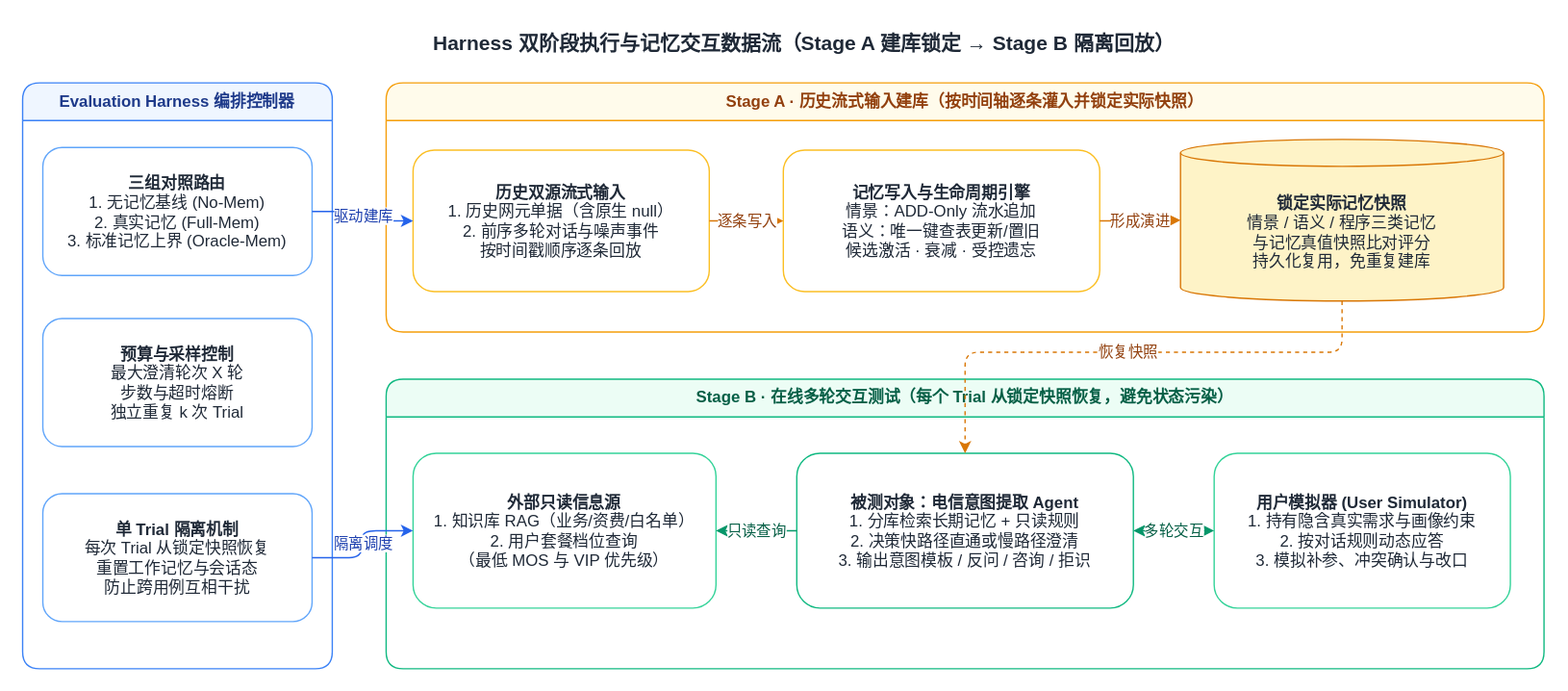
The draw.io diagram slides/excalidraw_notes/drawio/eval_harness_stage_a_b.drawio.svg in wangbanjin1/sharing, before a commit. Source tidied: cells renumbered, new cells last; positions are measured from the earlier drawing's top-left corner, leaving out a move shared by most shapes. The source it was exported from:
```xml
<mxGraphModel>
  <root>
    <mxCell id="0" />
    <mxCell id="1" parent="0" />
    <mxCell id="2" value="&lt;b&gt;Harness 双阶段执行与记忆交互数据流（Stage A 建库锁定 → Stage B 隔离回放）&lt;/b&gt;" style="text;html=1;align=center;verticalAlign=middle;fontSize=15;fontColor=#1F2937;" parent="1" vertex="1">
      <mxGeometry x="190" width="780" height="30" as="geometry" />
    </mxCell>
    <mxCell id="3" value="&lt;b&gt;Evaluation Harness 编排控制器&lt;/b&gt;" style="swimlane;startSize=28;rounded=1;fillColor=#EFF6FF;strokeColor=#3B82F6;fontColor=#1E3A8A;html=1;whiteSpace=wrap;" parent="1" vertex="1">
      <mxGeometry y="45" width="230" height="435" as="geometry" />
    </mxCell>
    <mxCell id="4" value="&lt;b&gt;三组对照路由&lt;/b&gt;&lt;br&gt;1. 无记忆基线 (No-Mem)&lt;br&gt;2. 真实记忆 (Full-Mem)&lt;br&gt;3. 标准记忆上界 (Oracle-Mem)" style="rounded=1;whiteSpace=wrap;html=1;fillColor=#FFFFFF;strokeColor=#60A5FA;fontColor=#1F2937;" parent="3" vertex="1">
      <mxGeometry x="15" y="48" width="200" height="95" as="geometry" />
    </mxCell>
    <mxCell id="5" value="&lt;b&gt;预算与采样控制&lt;/b&gt;&lt;br&gt;最大澄清轮次 X 轮&lt;br&gt;步数与超时熔断&lt;br&gt;独立重复 k 次 Trial" style="rounded=1;whiteSpace=wrap;html=1;fillColor=#FFFFFF;strokeColor=#60A5FA;fontColor=#1F2937;" parent="3" vertex="1">
      <mxGeometry x="15" y="175" width="200" height="95" as="geometry" />
    </mxCell>
    <mxCell id="6" value="&lt;b&gt;单 Trial 隔离机制&lt;/b&gt;&lt;br&gt;每次 Trial 从锁定快照恢复&lt;br&gt;重置工作记忆与会话态&lt;br&gt;防止跨用例互相干扰" style="rounded=1;whiteSpace=wrap;html=1;fillColor=#FFFFFF;strokeColor=#60A5FA;fontColor=#1F2937;" parent="3" vertex="1">
      <mxGeometry x="15" y="305" width="200" height="95" as="geometry" />
    </mxCell>
    <mxCell id="7" value="&lt;b&gt;Stage A · 历史流式输入建库（按时间轴逐条灌入并锁定实际快照）&lt;/b&gt;" style="swimlane;startSize=28;rounded=1;fillColor=#FFFBEB;strokeColor=#F59E0B;fontColor=#92400E;html=1;whiteSpace=wrap;" parent="1" vertex="1">
      <mxGeometry x="270" y="45" width="860" height="185" as="geometry" />
    </mxCell>
    <mxCell id="8" value="&lt;b&gt;历史双源流式输入&lt;/b&gt;&lt;br&gt;1. 历史网元单据（含原生 null）&lt;br&gt;2. 前序多轮对话与噪声事件&lt;br&gt;按时间戳顺序逐条回放" style="rounded=1;whiteSpace=wrap;html=1;fillColor=#FFFFFF;strokeColor=#FBBF24;fontColor=#1F2937;" parent="7" vertex="1">
      <mxGeometry x="20" y="50" width="220" height="105" as="geometry" />
    </mxCell>
    <mxCell id="9" value="&lt;b&gt;记忆写入与生命周期引擎&lt;/b&gt;&lt;br&gt;情景：ADD-Only 流水追加&lt;br&gt;语义：唯一键查表更新/置旧&lt;br&gt;候选激活 · 衰减 · 受控遗忘" style="rounded=1;whiteSpace=wrap;html=1;fillColor=#FFFFFF;strokeColor=#FBBF24;fontColor=#1F2937;" parent="7" vertex="1">
      <mxGeometry x="295" y="50" width="235" height="105" as="geometry" />
    </mxCell>
    <mxCell id="10" value="&lt;b&gt;锁定实际记忆快照&lt;/b&gt;&lt;br&gt;情景 / 语义 / 程序三类记忆&lt;br&gt;与记忆真值快照比对评分&lt;br&gt;持久化复用，免重复建库" style="shape=cylinder3;whiteSpace=wrap;html=1;boundedLbl=1;backgroundOutline=1;size=10;fillColor=#FEF3C7;strokeColor=#D97706;fontColor=#1F2937;" parent="7" vertex="1">
      <mxGeometry x="590" y="42" width="240" height="120" as="geometry" />
    </mxCell>
    <mxCell id="11" value="逐条写入" style="edgeStyle=orthogonalEdgeStyle;rounded=1;html=1;strokeColor=#D97706;fontColor=#92400E;" parent="7" edge="1" source="8" target="9">
      <mxGeometry relative="1" as="geometry" />
    </mxCell>
    <mxCell id="12" value="形成演进" style="edgeStyle=orthogonalEdgeStyle;rounded=1;html=1;strokeColor=#D97706;fontColor=#92400E;" parent="7" edge="1" source="9" target="10">
      <mxGeometry relative="1" as="geometry" />
    </mxCell>
    <mxCell id="13" value="&lt;b&gt;Stage B · 在线多轮交互测试（每个 Trial 从锁定快照恢复，避免状态污染）&lt;/b&gt;" style="swimlane;startSize=28;rounded=1;fillColor=#ECFDF5;strokeColor=#10B981;fontColor=#065F46;html=1;whiteSpace=wrap;" parent="1" vertex="1">
      <mxGeometry x="270" y="265" width="860" height="215" as="geometry" />
    </mxCell>
    <mxCell id="14" value="&lt;b&gt;外部只读信息源&lt;/b&gt;&lt;br&gt;1. 知识库 RAG（业务/资费/白名单）&lt;br&gt;2. 用户套餐档位查询&lt;br&gt;（最低 MOS 与 VIP 优先级）" style="rounded=1;whiteSpace=wrap;html=1;fillColor=#FFFFFF;strokeColor=#34D399;fontColor=#1F2937;" parent="13" vertex="1">
      <mxGeometry x="20" y="55" width="225" height="115" as="geometry" />
    </mxCell>
    <mxCell id="15" value="&lt;b&gt;被测对象：电信意图提取 Agent&lt;/b&gt;&lt;br&gt;1. 分库检索长期记忆 + 只读规则&lt;br&gt;2. 决策快路径直通或慢路径澄清&lt;br&gt;3. 输出意图模板 / 反问 / 咨询 / 拒识" style="rounded=1;whiteSpace=wrap;html=1;fillColor=#FFFFFF;strokeColor=#10B981;fontColor=#1F2937;" parent="13" vertex="1">
      <mxGeometry x="305" y="55" width="250" height="115" as="geometry" />
    </mxCell>
    <mxCell id="16" value="&lt;b&gt;用户模拟器 (User Simulator)&lt;/b&gt;&lt;br&gt;1. 持有隐含真实需求与画像约束&lt;br&gt;2. 按对话规则动态应答&lt;br&gt;3. 模拟补参、冲突确认与改口" style="rounded=1;whiteSpace=wrap;html=1;fillColor=#FFFFFF;strokeColor=#34D399;fontColor=#1F2937;" parent="13" vertex="1">
      <mxGeometry x="615" y="55" width="220" height="115" as="geometry" />
    </mxCell>
    <mxCell id="17" value="只读查询" style="edgeStyle=orthogonalEdgeStyle;rounded=1;html=1;strokeColor=#059669;fontColor=#065F46;" parent="13" edge="1" source="15" target="14">
      <mxGeometry relative="1" as="geometry" />
    </mxCell>
    <mxCell id="18" value="多轮交互" style="edgeStyle=orthogonalEdgeStyle;rounded=1;html=1;strokeColor=#059669;fontColor=#065F46;startArrow=classic;endArrow=classic;" parent="13" edge="1" source="15" target="16">
      <mxGeometry relative="1" as="geometry" />
    </mxCell>
    <mxCell id="19" value="驱动建库" style="edgeStyle=orthogonalEdgeStyle;rounded=1;html=1;strokeColor=#2563EB;fontColor=#1E40AF;" parent="1" edge="1" source="4" target="8">
      <mxGeometry relative="1" as="geometry" />
    </mxCell>
    <mxCell id="20" value="恢复快照" style="edgeStyle=orthogonalEdgeStyle;rounded=1;html=1;dashed=1;strokeColor=#D97706;fontColor=#92400E;" parent="1" edge="1" source="10" target="15">
      <mxGeometry relative="1" as="geometry">
        <Array as="points">
          <mxPoint x="980" y="245" />
          <mxPoint x="700" y="245" />
        </Array>
      </mxGeometry>
    </mxCell>
    <mxCell id="21" value="隔离调度" style="edgeStyle=orthogonalEdgeStyle;rounded=1;html=1;strokeColor=#2563EB;fontColor=#1E40AF;" parent="1" edge="1" source="6" target="14">
      <mxGeometry relative="1" as="geometry" />
    </mxCell>
  </root>
</mxGraphModel>
```
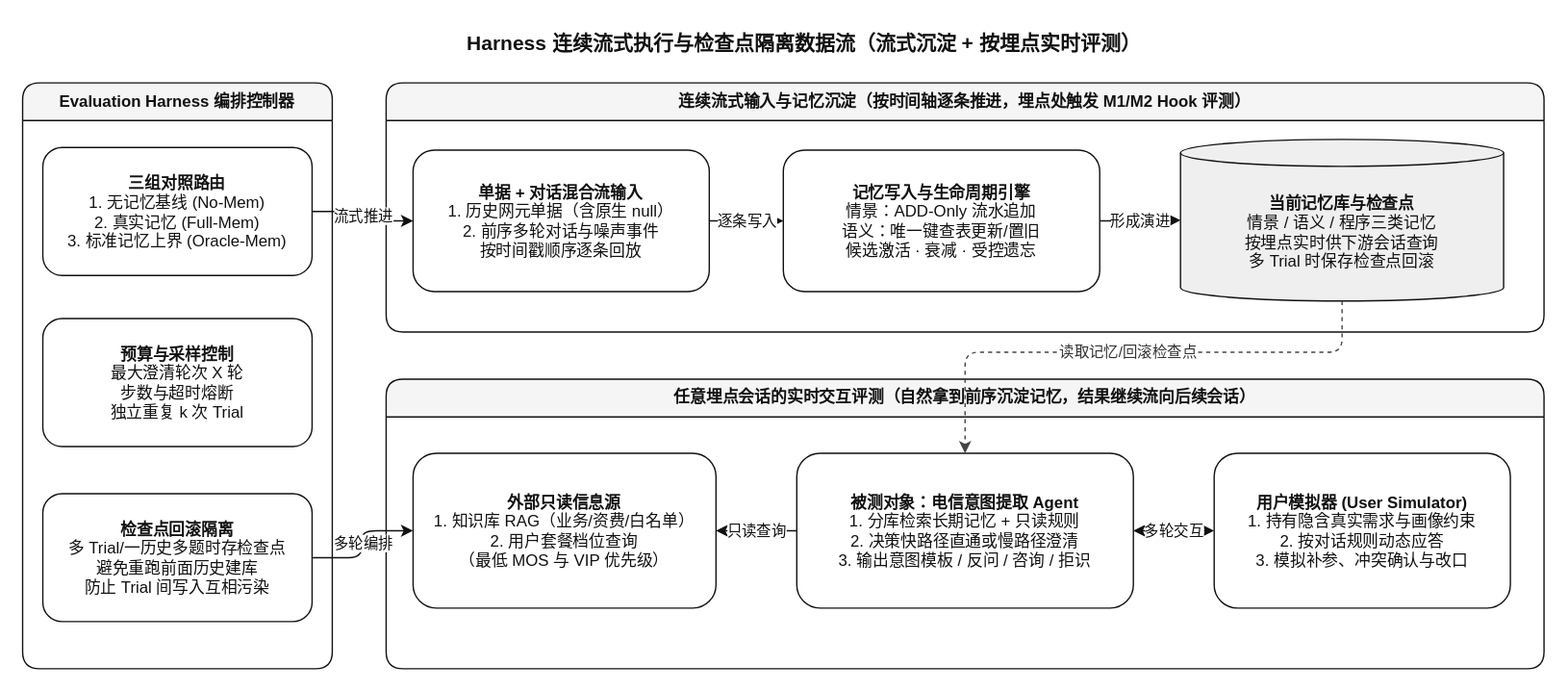
The same diagram one commit later.

Commit message:
docs(eval): align Eval Run modular design with 13-item eval matrix, Hook tracing, checkpoint pass@k/pass^k, and monochrome draw.io diagrams

What changed in the source:
```diff
@@ -2,61 +2,61 @@
   <root>
     <mxCell id="0" />
     <mxCell id="1" parent="0" />
-    <mxCell id="2" value="&lt;b&gt;Harness 双阶段执行与记忆交互数据流（Stage A 建库锁定 → Stage B 隔离回放）&lt;/b&gt;" style="text;html=1;align=center;verticalAlign=middle;fontSize=15;fontColor=#1F2937;" parent="1" vertex="1">
+    <mxCell id="2" value="&lt;b&gt;Harness 连续流式执行与检查点隔离数据流（流式沉淀 + 按埋点实时评测）&lt;/b&gt;" style="text;html=1;align=center;verticalAlign=middle;fontSize=15;fontColor=#111111;" parent="1" vertex="1">
       <mxGeometry x="190" width="780" height="30" as="geometry" />
     </mxCell>
-    <mxCell id="3" value="&lt;b&gt;Evaluation Harness 编排控制器&lt;/b&gt;" style="swimlane;startSize=28;rounded=1;fillColor=#EFF6FF;strokeColor=#3B82F6;fontColor=#1E3A8A;html=1;whiteSpace=wrap;" parent="1" vertex="1">
+    <mxCell id="3" value="&lt;b&gt;Evaluation Harness 编排控制器&lt;/b&gt;" style="swimlane;startSize=28;rounded=1;fillColor=#F5F5F5;strokeColor=#111111;fontColor=#111111;html=1;whiteSpace=wrap;" parent="1" vertex="1">
       <mxGeometry y="45" width="230" height="435" as="geometry" />
     </mxCell>
-    <mxCell id="4" value="&lt;b&gt;三组对照路由&lt;/b&gt;&lt;br&gt;1. 无记忆基线 (No-Mem)&lt;br&gt;2. 真实记忆 (Full-Mem)&lt;br&gt;3. 标准记忆上界 (Oracle-Mem)" style="rounded=1;whiteSpace=wrap;html=1;fillColor=#FFFFFF;strokeColor=#60A5FA;fontColor=#1F2937;" parent="3" vertex="1">
+    <mxCell id="4" value="&lt;b&gt;三组对照路由&lt;/b&gt;&lt;br&gt;1. 无记忆基线 (No-Mem)&lt;br&gt;2. 真实记忆 (Full-Mem)&lt;br&gt;3. 标准记忆上界 (Oracle-Mem)" style="rounded=1;whiteSpace=wrap;html=1;fillColor=#FFFFFF;strokeColor=#111111;fontColor=#111111;" parent="3" vertex="1">
       <mxGeometry x="15" y="48" width="200" height="95" as="geometry" />
     </mxCell>
-    <mxCell id="5" value="&lt;b&gt;预算与采样控制&lt;/b&gt;&lt;br&gt;最大澄清轮次 X 轮&lt;br&gt;步数与超时熔断&lt;br&gt;独立重复 k 次 Trial" style="rounded=1;whiteSpace=wrap;html=1;fillColor=#FFFFFF;strokeColor=#60A5FA;fontColor=#1F2937;" parent="3" vertex="1">
+    <mxCell id="5" value="&lt;b&gt;预算与采样控制&lt;/b&gt;&lt;br&gt;最大澄清轮次 X 轮&lt;br&gt;步数与超时熔断&lt;br&gt;独立重复 k 次 Trial" style="rounded=1;whiteSpace=wrap;html=1;fillColor=#FFFFFF;strokeColor=#111111;fontColor=#111111;" parent="3" vertex="1">
       <mxGeometry x="15" y="175" width="200" height="95" as="geometry" />
     </mxCell>
-    <mxCell id="6" value="&lt;b&gt;单 Trial 隔离机制&lt;/b&gt;&lt;br&gt;每次 Trial 从锁定快照恢复&lt;br&gt;重置工作记忆与会话态&lt;br&gt;防止跨用例互相干扰" style="rounded=1;whiteSpace=wrap;html=1;fillColor=#FFFFFF;strokeColor=#60A5FA;fontColor=#1F2937;" parent="3" vertex="1">
+    <mxCell id="6" value="&lt;b&gt;检查点回滚隔离&lt;/b&gt;&lt;br&gt;多 Trial/一历史多题时存检查点&lt;br&gt;避免重跑前面历史建库&lt;br&gt;防止 Trial 间写入互相污染" style="rounded=1;whiteSpace=wrap;html=1;fillColor=#FFFFFF;strokeColor=#111111;fontColor=#111111;" parent="3" vertex="1">
       <mxGeometry x="15" y="305" width="200" height="95" as="geometry" />
     </mxCell>
-    <mxCell id="7" value="&lt;b&gt;Stage A · 历史流式输入建库（按时间轴逐条灌入并锁定实际快照）&lt;/b&gt;" style="swimlane;startSize=28;rounded=1;fillColor=#FFFBEB;strokeColor=#F59E0B;fontColor=#92400E;html=1;whiteSpace=wrap;" parent="1" vertex="1">
+    <mxCell id="7" value="&lt;b&gt;连续流式输入与记忆沉淀（按时间轴逐条推进，埋点处触发 M1/M2 Hook 评测）&lt;/b&gt;" style="swimlane;startSize=28;rounded=1;fillColor=#F5F5F5;strokeColor=#111111;fontColor=#111111;html=1;whiteSpace=wrap;" parent="1" vertex="1">
       <mxGeometry x="270" y="45" width="860" height="185" as="geometry" />
     </mxCell>
-    <mxCell id="8" value="&lt;b&gt;历史双源流式输入&lt;/b&gt;&lt;br&gt;1. 历史网元单据（含原生 null）&lt;br&gt;2. 前序多轮对话与噪声事件&lt;br&gt;按时间戳顺序逐条回放" style="rounded=1;whiteSpace=wrap;html=1;fillColor=#FFFFFF;strokeColor=#FBBF24;fontColor=#1F2937;" parent="7" vertex="1">
+    <mxCell id="8" value="&lt;b&gt;单据 + 对话混合流输入&lt;/b&gt;&lt;br&gt;1. 历史网元单据（含原生 null）&lt;br&gt;2. 前序多轮对话与噪声事件&lt;br&gt;按时间戳顺序逐条回放" style="rounded=1;whiteSpace=wrap;html=1;fillColor=#FFFFFF;strokeColor=#111111;fontColor=#111111;" parent="7" vertex="1">
       <mxGeometry x="20" y="50" width="220" height="105" as="geometry" />
     </mxCell>
-    <mxCell id="9" value="&lt;b&gt;记忆写入与生命周期引擎&lt;/b&gt;&lt;br&gt;情景：ADD-Only 流水追加&lt;br&gt;语义：唯一键查表更新/置旧&lt;br&gt;候选激活 · 衰减 · 受控遗忘" style="rounded=1;whiteSpace=wrap;html=1;fillColor=#FFFFFF;strokeColor=#FBBF24;fontColor=#1F2937;" parent="7" vertex="1">
+    <mxCell id="9" value="&lt;b&gt;记忆写入与生命周期引擎&lt;/b&gt;&lt;br&gt;情景：ADD-Only 流水追加&lt;br&gt;语义：唯一键查表更新/置旧&lt;br&gt;候选激活 · 衰减 · 受控遗忘" style="rounded=1;whiteSpace=wrap;html=1;fillColor=#FFFFFF;strokeColor=#111111;fontColor=#111111;" parent="7" vertex="1">
       <mxGeometry x="295" y="50" width="235" height="105" as="geometry" />
     </mxCell>
-    <mxCell id="10" value="&lt;b&gt;锁定实际记忆快照&lt;/b&gt;&lt;br&gt;情景 / 语义 / 程序三类记忆&lt;br&gt;与记忆真值快照比对评分&lt;br&gt;持久化复用，免重复建库" style="shape=cylinder3;whiteSpace=wrap;html=1;boundedLbl=1;backgroundOutline=1;size=10;fillColor=#FEF3C7;strokeColor=#D97706;fontColor=#1F2937;" parent="7" vertex="1">
+    <mxCell id="10" value="&lt;b&gt;当前记忆库与检查点&lt;/b&gt;&lt;br&gt;情景 / 语义 / 程序三类记忆&lt;br&gt;按埋点实时供下游会话查询&lt;br&gt;多 Trial 时保存检查点回滚" style="shape=cylinder3;whiteSpace=wrap;html=1;boundedLbl=1;backgroundOutline=1;size=10;fillColor=#EFEFEF;strokeColor=#111111;fontColor=#111111;" parent="7" vertex="1">
       <mxGeometry x="590" y="42" width="240" height="120" as="geometry" />
     </mxCell>
-    <mxCell id="11" value="逐条写入" style="edgeStyle=orthogonalEdgeStyle;rounded=1;html=1;strokeColor=#D97706;fontColor=#92400E;" parent="7" edge="1" source="8" target="9">
+    <mxCell id="11" value="逐条写入" style="edgeStyle=orthogonalEdgeStyle;rounded=1;html=1;strokeColor=#111111;fontColor=#111111;" parent="7" edge="1" source="8" target="9">
       <mxGeometry relative="1" as="geometry" />
     </mxCell>
-    <mxCell id="12" value="形成演进" style="edgeStyle=orthogonalEdgeStyle;rounded=1;html=1;strokeColor=#D97706;fontColor=#92400E;" parent="7" edge="1" source="9" target="10">
+    <mxCell id="12" value="形成演进" style="edgeStyle=orthogonalEdgeStyle;rounded=1;html=1;strokeColor=#111111;fontColor=#111111;" parent="7" edge="1" source="9" target="10">
       <mxGeometry relative="1" as="geometry" />
     </mxCell>
-    <mxCell id="13" value="&lt;b&gt;Stage B · 在线多轮交互测试（每个 Trial 从锁定快照恢复，避免状态污染）&lt;/b&gt;" style="swimlane;startSize=28;rounded=1;fillColor=#ECFDF5;strokeColor=#10B981;fontColor=#065F46;html=1;whiteSpace=wrap;" parent="1" vertex="1">
+    <mxCell id="13" value="&lt;b&gt;任意埋点会话的实时交互评测（自然拿到前序沉淀记忆，结果继续流向后续会话）&lt;/b&gt;" style="swimlane;startSize=28;rounded=1;fillColor=#F5F5F5;strokeColor=#111111;fontColor=#111111;html=1;whiteSpace=wrap;" parent="1" vertex="1">
       <mxGeometry x="270" y="265" width="860" height="215" as="geometry" />
     </mxCell>
-    <mxCell id="14" value="&lt;b&gt;外部只读信息源&lt;/b&gt;&lt;br&gt;1. 知识库 RAG（业务/资费/白名单）&lt;br&gt;2. 用户套餐档位查询&lt;br&gt;（最低 MOS 与 VIP 优先级）" style="rounded=1;whiteSpace=wrap;html=1;fillColor=#FFFFFF;strokeColor=#34D399;fontColor=#1F2937;" parent="13" vertex="1">
+    <mxCell id="14" value="&lt;b&gt;外部只读信息源&lt;/b&gt;&lt;br&gt;1. 知识库 RAG（业务/资费/白名单）&lt;br&gt;2. 用户套餐档位查询&lt;br&gt;（最低 MOS 与 VIP 优先级）" style="rounded=1;whiteSpace=wrap;html=1;fillColor=#FFFFFF;strokeColor=#111111;fontColor=#111111;" parent="13" vertex="1">
       <mxGeometry x="20" y="55" width="225" height="115" as="geometry" />
     </mxCell>
-    <mxCell id="15" value="&lt;b&gt;被测对象：电信意图提取 Agent&lt;/b&gt;&lt;br&gt;1. 分库检索长期记忆 + 只读规则&lt;br&gt;2. 决策快路径直通或慢路径澄清&lt;br&gt;3. 输出意图模板 / 反问 / 咨询 / 拒识" style="rounded=1;whiteSpace=wrap;html=1;fillColor=#FFFFFF;strokeColor=#10B981;fontColor=#1F2937;" parent="13" vertex="1">
+    <mxCell id="15" value="&lt;b&gt;被测对象：电信意图提取 Agent&lt;/b&gt;&lt;br&gt;1. 分库检索长期记忆 + 只读规则&lt;br&gt;2. 决策快路径直通或慢路径澄清&lt;br&gt;3. 输出意图模板 / 反问 / 咨询 / 拒识" style="rounded=1;whiteSpace=wrap;html=1;fillColor=#FFFFFF;strokeColor=#111111;fontColor=#111111;" parent="13" vertex="1">
       <mxGeometry x="305" y="55" width="250" height="115" as="geometry" />
     </mxCell>
-    <mxCell id="16" value="&lt;b&gt;用户模拟器 (User Simulator)&lt;/b&gt;&lt;br&gt;1. 持有隐含真实需求与画像约束&lt;br&gt;2. 按对话规则动态应答&lt;br&gt;3. 模拟补参、冲突确认与改口" style="rounded=1;whiteSpace=wrap;html=1;fillColor=#FFFFFF;strokeColor=#34D399;fontColor=#1F2937;" parent="13" vertex="1">
+    <mxCell id="16" value="&lt;b&gt;用户模拟器 (User Simulator)&lt;/b&gt;&lt;br&gt;1. 持有隐含真实需求与画像约束&lt;br&gt;2. 按对话规则动态应答&lt;br&gt;3. 模拟补参、冲突确认与改口" style="rounded=1;whiteSpace=wrap;html=1;fillColor=#FFFFFF;strokeColor=#111111;fontColor=#111111;" parent="13" vertex="1">
       <mxGeometry x="615" y="55" width="220" height="115" as="geometry" />
     </mxCell>
-    <mxCell id="17" value="只读查询" style="edgeStyle=orthogonalEdgeStyle;rounded=1;html=1;strokeColor=#059669;fontColor=#065F46;" parent="13" edge="1" source="15" target="14">
+    <mxCell id="17" value="只读查询" style="edgeStyle=orthogonalEdgeStyle;rounded=1;html=1;strokeColor=#111111;fontColor=#111111;" parent="13" edge="1" source="15" target="14">
       <mxGeometry relative="1" as="geometry" />
     </mxCell>
-    <mxCell id="18" value="多轮交互" style="edgeStyle=orthogonalEdgeStyle;rounded=1;html=1;strokeColor=#059669;fontColor=#065F46;startArrow=classic;endArrow=classic;" parent="13" edge="1" source="15" target="16">
+    <mxCell id="18" value="多轮交互" style="edgeStyle=orthogonalEdgeStyle;rounded=1;html=1;strokeColor=#111111;fontColor=#111111;startArrow=classic;endArrow=classic;" parent="13" edge="1" source="15" target="16">
       <mxGeometry relative="1" as="geometry" />
     </mxCell>
-    <mxCell id="19" value="驱动建库" style="edgeStyle=orthogonalEdgeStyle;rounded=1;html=1;strokeColor=#2563EB;fontColor=#1E40AF;" parent="1" edge="1" source="4" target="8">
+    <mxCell id="19" value="流式推进" style="edgeStyle=orthogonalEdgeStyle;rounded=1;html=1;strokeColor=#111111;fontColor=#111111;" parent="1" edge="1" source="4" target="8">
       <mxGeometry relative="1" as="geometry" />
     </mxCell>
-    <mxCell id="20" value="恢复快照" style="edgeStyle=orthogonalEdgeStyle;rounded=1;html=1;dashed=1;strokeColor=#D97706;fontColor=#92400E;" parent="1" edge="1" source="10" target="15">
+    <mxCell id="20" value="读取记忆/回滚检查点" style="edgeStyle=orthogonalEdgeStyle;rounded=1;html=1;dashed=1;strokeColor=#444444;fontColor=#333333;" parent="1" edge="1" source="10" target="15">
       <mxGeometry relative="1" as="geometry">
         <Array as="points">
           <mxPoint x="980" y="245" />
@@ -64,7 +64,7 @@
         </Array>
       </mxGeometry>
     </mxCell>
-    <mxCell id="21" value="隔离调度" style="edgeStyle=orthogonalEdgeStyle;rounded=1;html=1;strokeColor=#2563EB;fontColor=#1E40AF;" parent="1" edge="1" source="6" target="14">
+    <mxCell id="21" value="多轮编排" style="edgeStyle=orthogonalEdgeStyle;rounded=1;html=1;strokeColor=#111111;fontColor=#111111;" parent="1" edge="1" source="6" target="14">
       <mxGeometry relative="1" as="geometry" />
     </mxCell>
   </root>
```
